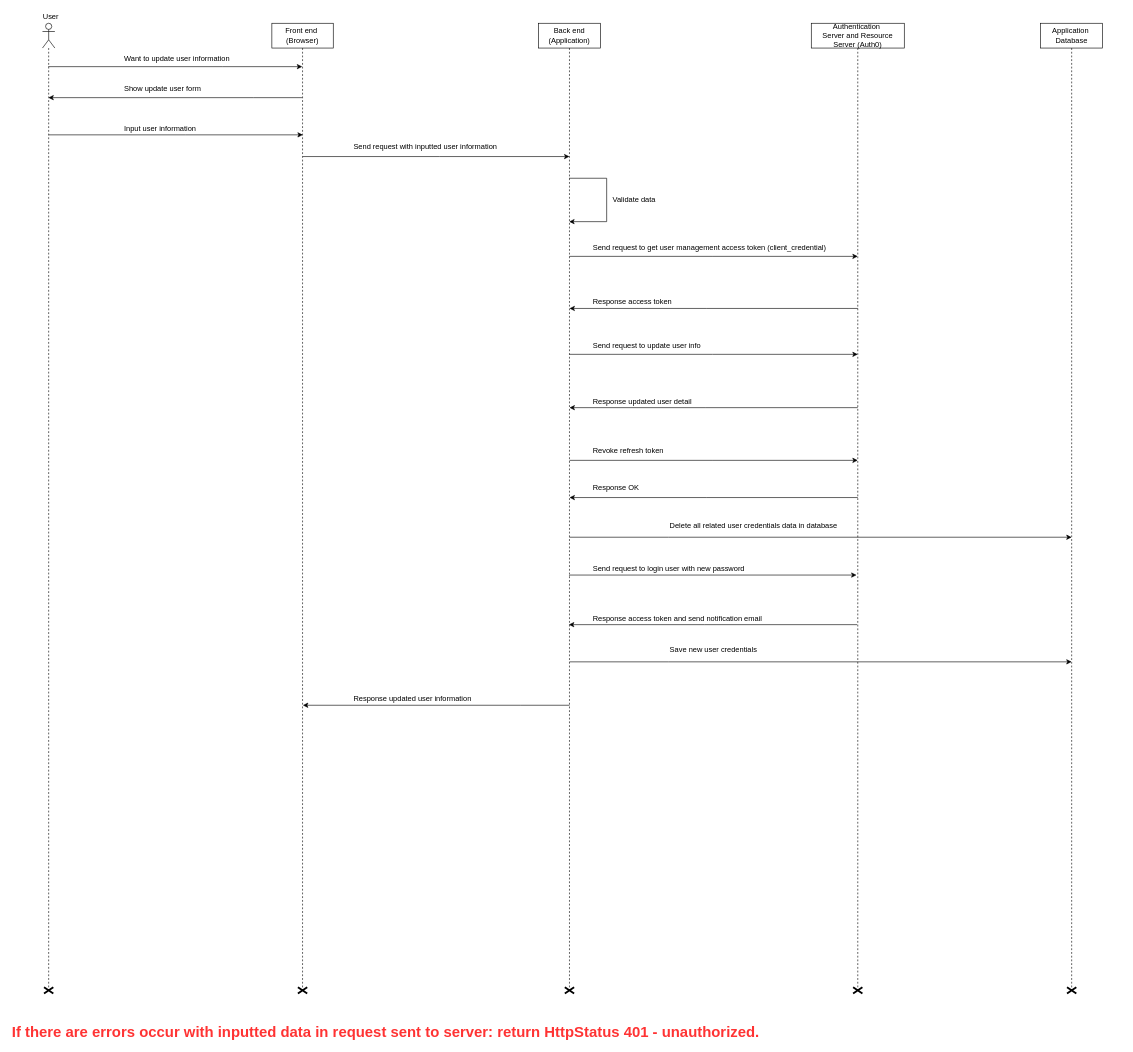
Before: document_update-user.drawio in quocq6hcm/HeHeHe, a draw.io diagram. Source tidied: cells renumbered, new cells numbered last; positions are measured from the earlier drawing's top-left corner, leaving out a move shared by most shapes. Both pictures are drawn from the tidied source at 62%, with x=0, y=0 at pixel (10, 11).
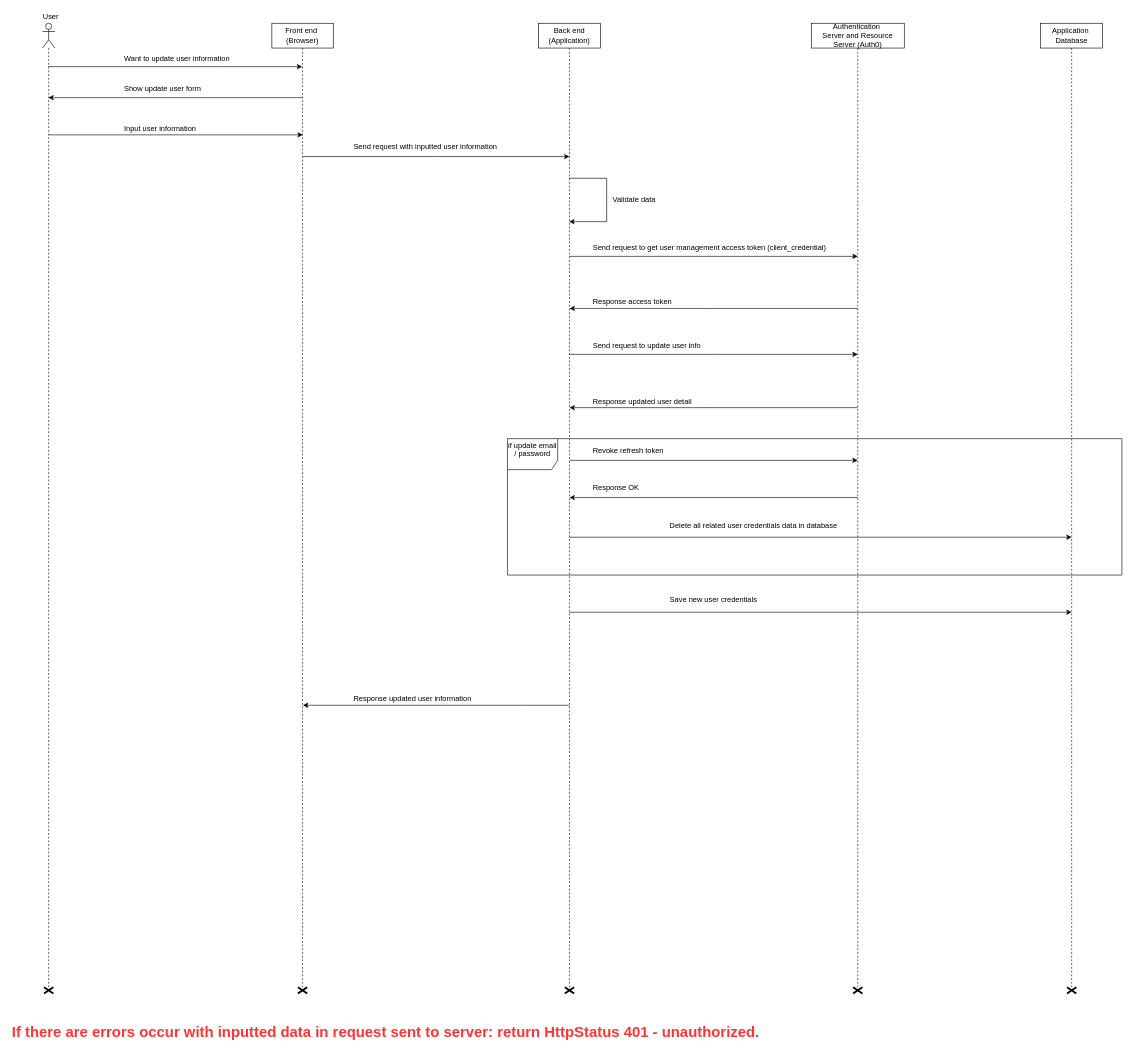
The same diagram, later.

What changed in the source:
```diff
@@
-    <mxCell id="26" style="edgeStyle=orthogonalEdgeStyle;rounded=0;orthogonalLoop=1;jettySize=auto;html=1;" parent="1" edge="1">
-      <mxGeometry relative="1" as="geometry">
-        <mxPoint x="902" y="911" as="sourcePoint" />
-        <mxPoint x="1365" y="910" as="targetPoint" />
-        <Array as="points">
-          <mxPoint x="901.5" y="910" />
-        </Array>
-      </mxGeometry>
-    </mxCell>
-    <mxCell id="27" value="Send request to login user with new password" style="text;html=1;align=left;verticalAlign=top;spacingTop=-4;" parent="1" vertex="1">
-      <mxGeometry x="938" y="890" width="260" height="20" as="geometry" />
-    </mxCell>
-    <mxCell id="28" style="edgeStyle=orthogonalEdgeStyle;rounded=0;orthogonalLoop=1;jettySize=auto;html=1;" parent="1" edge="1">
-      <mxGeometry relative="1" as="geometry">
-        <mxPoint x="1366" y="990" as="sourcePoint" />
-        <mxPoint x="901" y="990" as="targetPoint" />
-        <Array as="points">
-          <mxPoint x="1120" y="989.5" />
-          <mxPoint x="1120" y="989.5" />
-        </Array>
-      </mxGeometry>
-    </mxCell>
@@
-    <mxCell id="34" value="Response access token and send notification email&lt;br&gt;" style="text;html=1;align=left;verticalAlign=top;spacingTop=-4;" parent="1" vertex="1">
-      <mxGeometry x="938" y="970" width="290" height="20" as="geometry" />
-    </mxCell>
@@
     <mxCell id="36" style="edgeStyle=orthogonalEdgeStyle;rounded=0;orthogonalLoop=1;jettySize=auto;html=1;" parent="1" edge="1">
       <mxGeometry relative="1" as="geometry">
-        <mxPoint x="902" y="1050" as="sourcePoint" />
-        <mxPoint x="1712" y="1050" as="targetPoint" />
+        <mxPoint x="902" y="970" as="sourcePoint" />
+        <mxPoint x="1712" y="970" as="targetPoint" />
         <Array as="points">
-          <mxPoint x="1062" y="1050" />
-          <mxPoint x="1062" y="1050" />
+          <mxPoint x="1062" y="970" />
+          <mxPoint x="1062" y="970" />
         </Array>
       </mxGeometry>
     </mxCell>
     <mxCell id="37" value="Save new user credentials" style="text;html=1;align=left;verticalAlign=top;spacingTop=-4;" parent="1" vertex="1">
-      <mxGeometry x="1062" y="1020" width="160" height="20" as="geometry" />
+      <mxGeometry x="1062" y="940" width="160" height="20" as="geometry" />
     </mxCell>
@@
+    <mxCell id="46" value="if update email / password&lt;br&gt;&lt;br&gt;" style="shape=umlFrame;whiteSpace=wrap;html=1;width=81;height=50;" parent="1" vertex="1">
+      <mxGeometry x="802" y="690" width="991" height="220" as="geometry" />
+    </mxCell>
```
